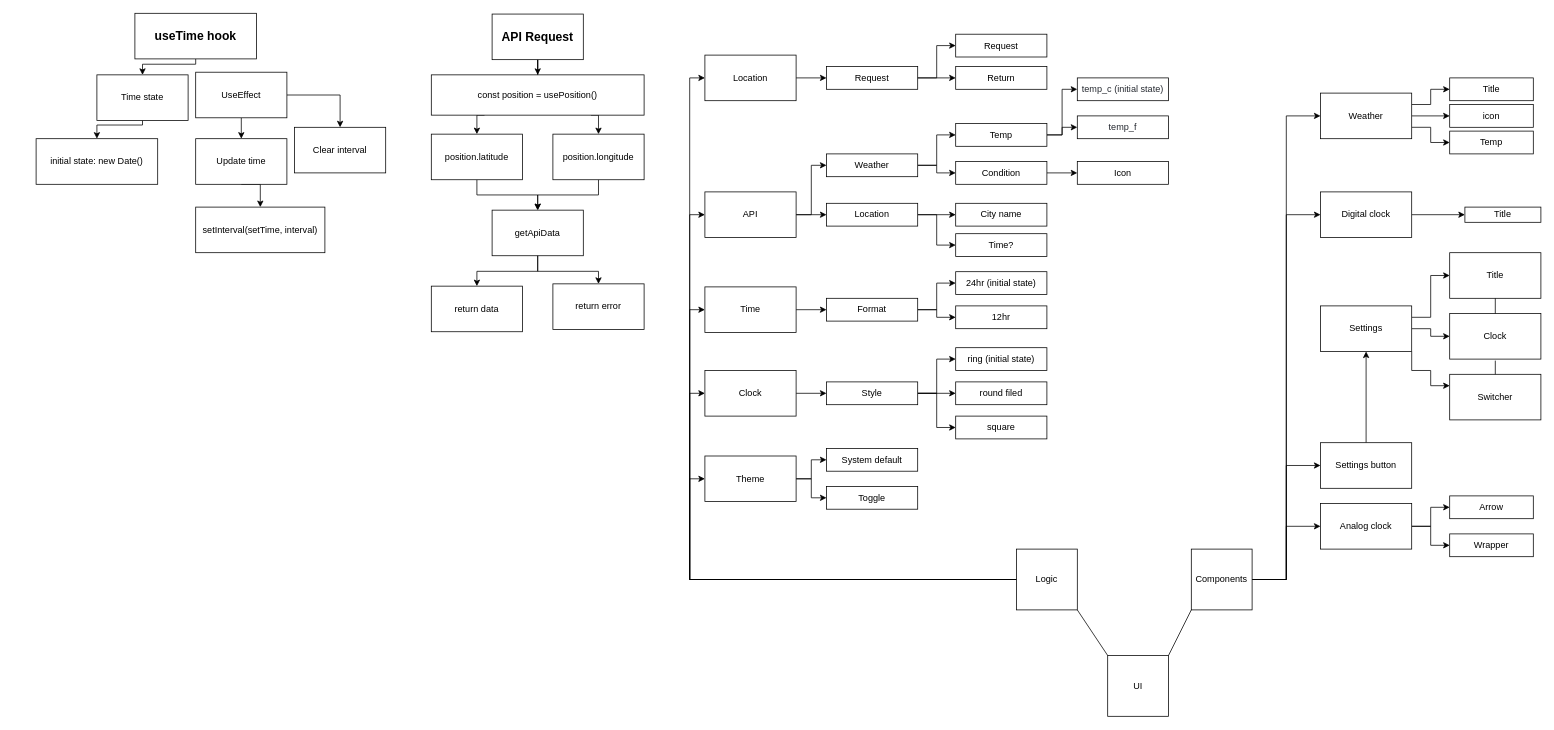
daniknewgarden/react-clock keeps this draw.io diagram as draw.io/react-clock.drawio. Above is the earlier version. Source tidied: cells renumbered, new cells numbered last; positions are measured from the earlier drawing's top-left corner, leaving out a move shared by most shapes. Both pictures are drawn from the tidied source at 76%, with x=0, y=0 at pixel (36, 13).
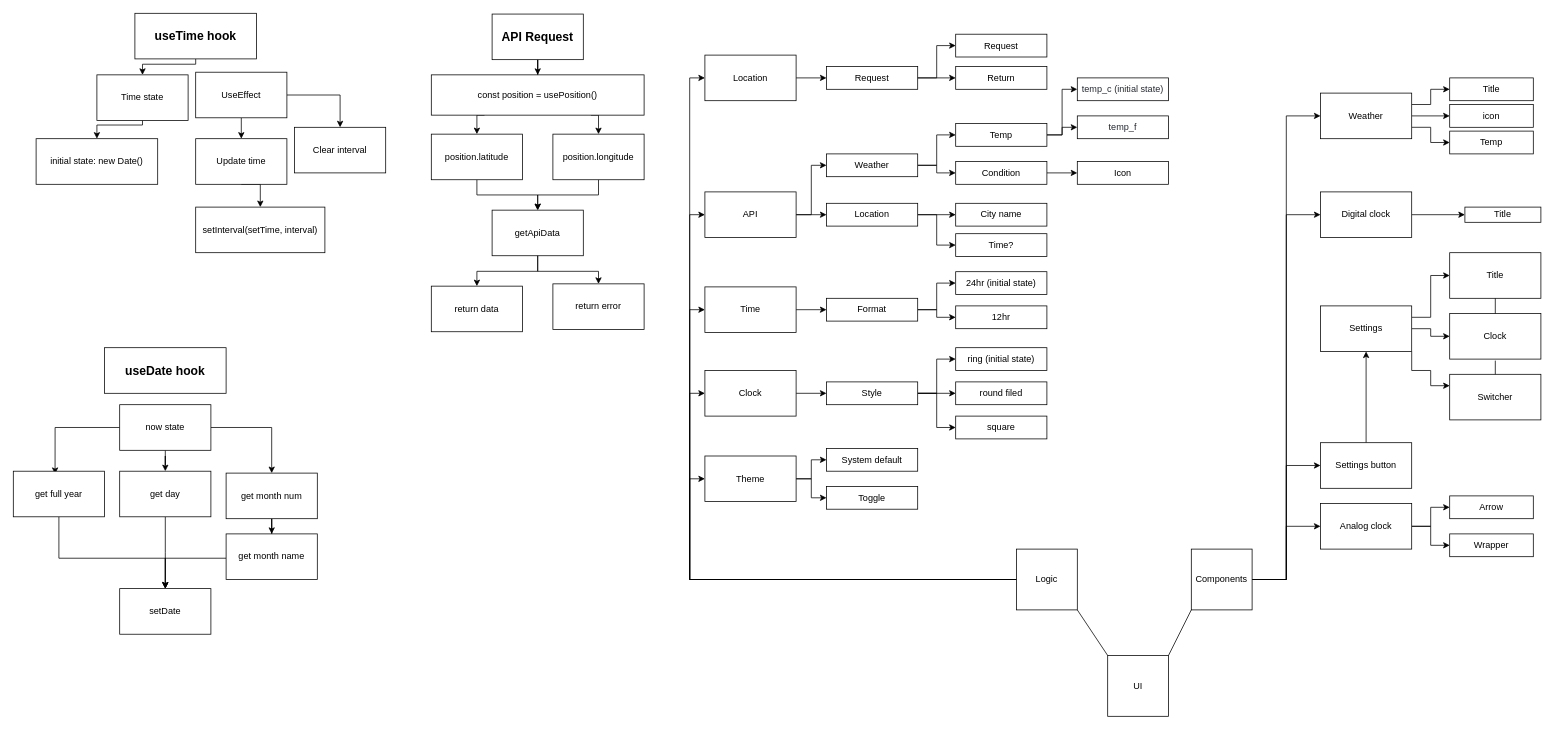
After the change.

Commit message (it also covers changes not shown here):
Aded useDate hook (it contains all data about current date)

The edit, as a diff of the source:
```diff
@@
+    <mxCell id="115" value="&lt;b&gt;&lt;font style=&quot;font-size: 16px&quot;&gt;useDate hook&lt;/font&gt;&lt;/b&gt;" style="rounded=0;whiteSpace=wrap;html=1;" parent="1" vertex="1">
+      <mxGeometry x="90" y="440" width="160" height="60" as="geometry" />
+    </mxCell>
+    <mxCell id="116" style="edgeStyle=orthogonalEdgeStyle;rounded=0;jettySize=auto;html=1;entryX=0.5;entryY=0;entryDx=0;entryDy=0;" parent="1" edge="1" source="119" target="122">
+      <mxGeometry relative="1" as="geometry" />
+    </mxCell>
+    <mxCell id="117" style="edgeStyle=orthogonalEdgeStyle;rounded=0;jettySize=auto;html=1;entryX=0.458;entryY=0.061;entryDx=0;entryDy=0;entryPerimeter=0;" parent="1" edge="1" source="119" target="126">
+      <mxGeometry relative="1" as="geometry" />
+    </mxCell>
+    <mxCell id="118" style="edgeStyle=orthogonalEdgeStyle;rounded=0;jettySize=auto;html=1;" parent="1" edge="1" source="119" target="124">
+      <mxGeometry relative="1" as="geometry" />
+    </mxCell>
+    <mxCell id="119" value="now state" style="rounded=0;whiteSpace=wrap;html=1;" parent="1" vertex="1">
+      <mxGeometry x="110" y="515" width="120" height="60" as="geometry" />
+    </mxCell>
+    <mxCell id="120" value="setDate" style="rounded=0;whiteSpace=wrap;html=1;" parent="1" vertex="1">
+      <mxGeometry x="110" y="757" width="120" height="60" as="geometry" />
+    </mxCell>
+    <mxCell id="121" style="edgeStyle=orthogonalEdgeStyle;rounded=0;jettySize=auto;html=1;" parent="1" edge="1" source="122">
+      <mxGeometry relative="1" as="geometry">
+        <mxPoint x="170" y="757" as="targetPoint" />
+      </mxGeometry>
+    </mxCell>
+    <mxCell id="122" value="get day" style="rounded=0;whiteSpace=wrap;html=1;" parent="1" vertex="1">
+      <mxGeometry x="110" y="602.5" width="120" height="60" as="geometry" />
+    </mxCell>
+    <mxCell id="123" style="edgeStyle=orthogonalEdgeStyle;rounded=0;jettySize=auto;html=1;" parent="1" edge="1" source="124" target="128">
+      <mxGeometry relative="1" as="geometry" />
+    </mxCell>
+    <mxCell id="124" value="get month num" style="rounded=0;whiteSpace=wrap;html=1;" parent="1" vertex="1">
+      <mxGeometry x="250" y="605" width="120" height="60" as="geometry" />
+    </mxCell>
+    <mxCell id="125" style="edgeStyle=orthogonalEdgeStyle;rounded=0;jettySize=auto;html=1;entryX=0.5;entryY=0;entryDx=0;entryDy=0;" parent="1" edge="1" source="126" target="120">
+      <mxGeometry relative="1" as="geometry">
+        <Array as="points">
+          <mxPoint x="30" y="717" />
+          <mxPoint x="170" y="717" />
+        </Array>
+      </mxGeometry>
+    </mxCell>
+    <mxCell id="126" value="get full year" style="rounded=0;whiteSpace=wrap;html=1;" parent="1" vertex="1">
+      <mxGeometry x="-30" y="602.5" width="120" height="60" as="geometry" />
+    </mxCell>
+    <mxCell id="127" style="edgeStyle=orthogonalEdgeStyle;rounded=0;jettySize=auto;html=1;" parent="1" edge="1" source="128" target="120">
+      <mxGeometry relative="1" as="geometry">
+        <Array as="points">
+          <mxPoint x="170" y="717" />
+        </Array>
+      </mxGeometry>
+    </mxCell>
+    <mxCell id="128" value="get month name" style="rounded=0;whiteSpace=wrap;html=1;" parent="1" vertex="1">
+      <mxGeometry x="250" y="685" width="120" height="60" as="geometry" />
+    </mxCell>
```
